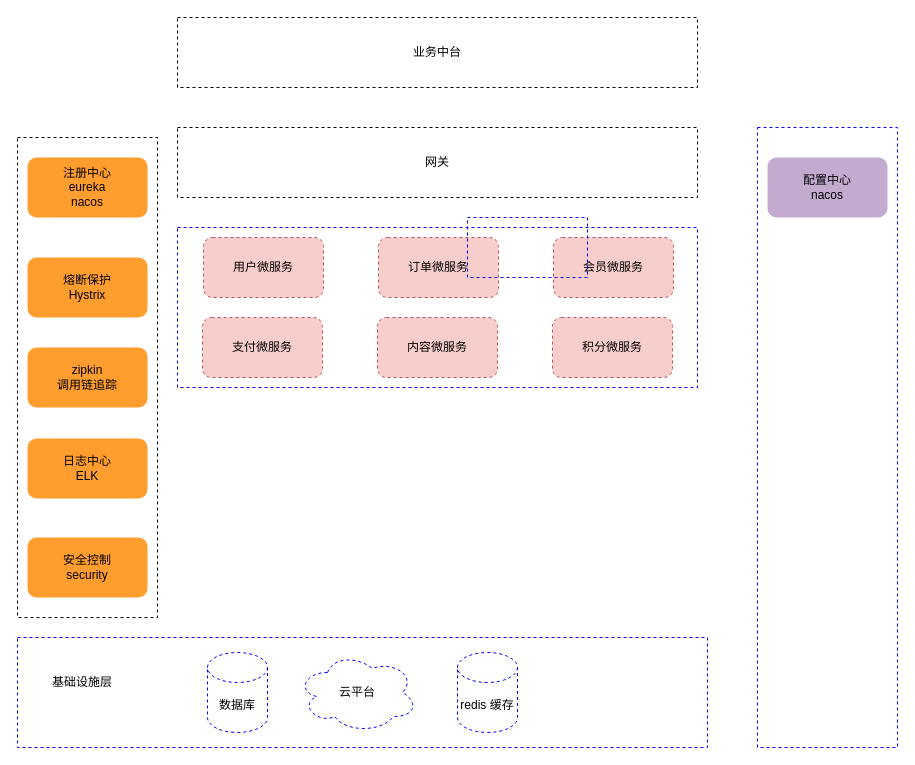
Earlier version of the draw.io diagram flow/微服务架构.drawio (songyongzhan/diagrams). Source tidied: cells renumbered, new cells numbered last; positions are measured from the earlier drawing's top-left corner, leaving out a move shared by most shapes. Both pictures are drawn from the tidied source at 100%, with x=0, y=0 at pixel (17, 17).
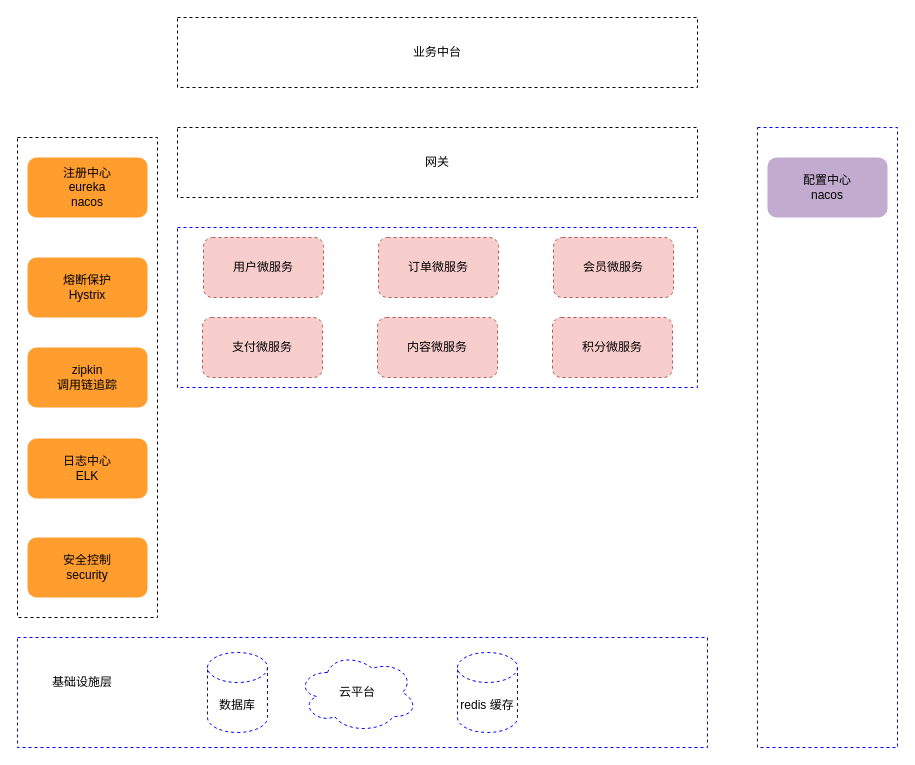
Above is the later version.

Commit message (it also covers changes not shown here):
更新微服务架构.drawio

Change to the diagram source:
```diff
@@
-    <mxCell id="24" style="rounded=0;whiteSpace=wrap;html=1;dashed=1;strokeColor=#0303FF;fillColor=none;" parent="1" vertex="1">
-      <mxGeometry x="450" y="200" width="120" height="60" as="geometry" />
-    </mxCell>
```
